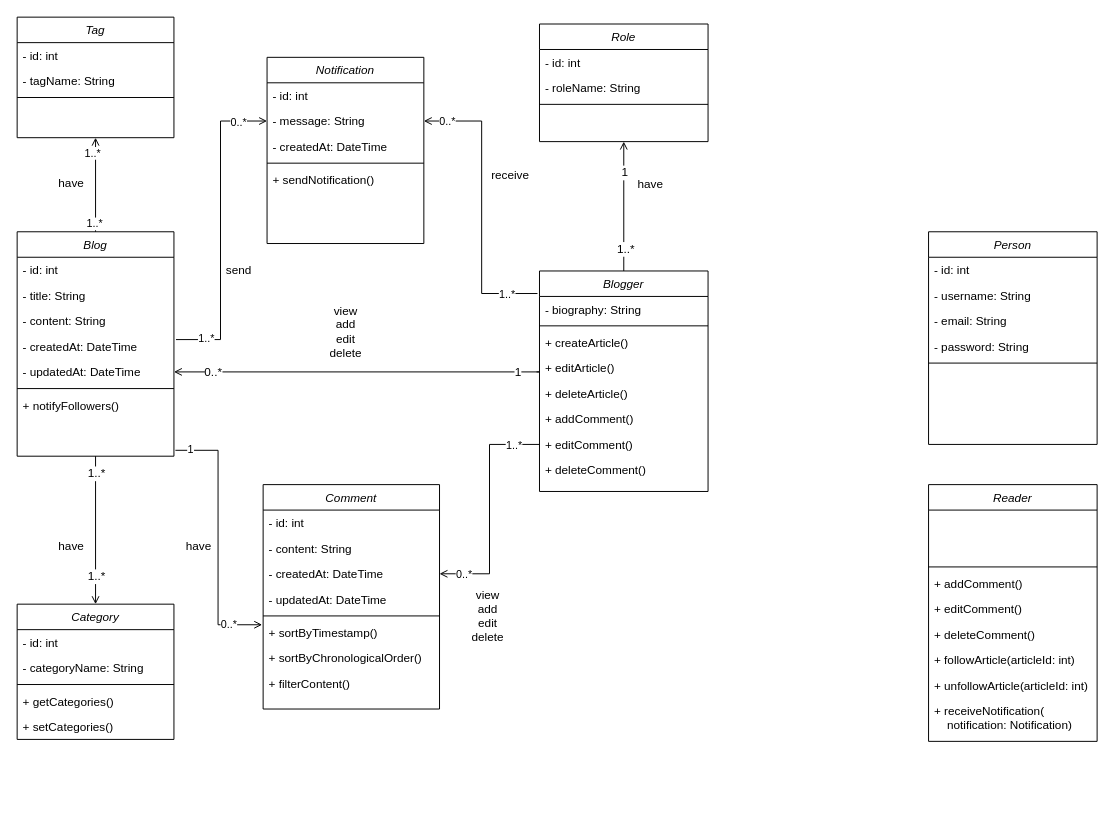
SteffiHe/blog_board_backend keeps this draw.io diagram as UML-Diagramm.drawio. Above is the earlier version. Source tidied: cells renumbered, new cells numbered last; positions are measured from the earlier drawing's top-left corner, leaving out a move shared by most shapes. Both pictures are drawn from the tidied source at 98%, with x=0, y=0 at pixel (17, 17).
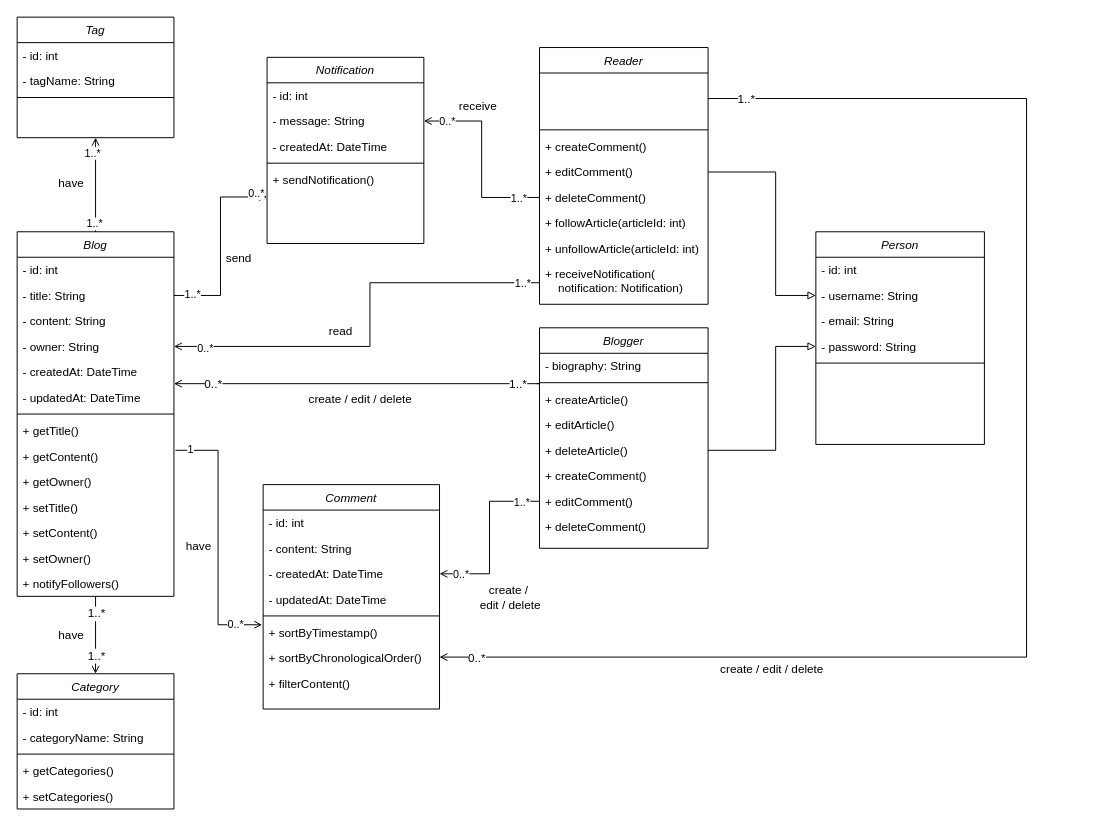
The same diagram, later.

Commit message (it also covers changes not shown here):
UML-Diagramm aktualisiert

Unchanged cells that the change refers to:
```xml
<mxCell id="6" value="- biography: String" style="text;align=left;verticalAlign=top;spacingLeft=4;spacingRight=4;overflow=hidden;points=[[0,0.5],[1,0.5]];portConstraint=eastwest;rounded=0;shadow=0;html=0;" parent="5" vertex="1">
  <mxGeometry y="26" width="172" height="26" as="geometry" />
</mxCell>
<mxCell id="10" value="+ deleteArticle()" style="text;align=left;verticalAlign=top;spacingLeft=4;spacingRight=4;overflow=hidden;points=[[0,0.5],[1,0.5]];portConstraint=eastwest;" parent="5" vertex="1">
  <mxGeometry y="112" width="172" height="26" as="geometry" />
</mxCell>
<mxCell id="14" style="edgeStyle=orthogonalEdgeStyle;rounded=0;jettySize=auto;html=1;endArrow=open;endFill=0;exitX=0.5;exitY=1;exitDx=0;exitDy=0;" parent="1" edge="1" source="17" target="37">
  <mxGeometry relative="1" as="geometry" />
</mxCell>
<mxCell id="19" value="- title: String" style="text;align=left;verticalAlign=top;spacingLeft=4;spacingRight=4;overflow=hidden;points=[[0,0.5],[1,0.5]];portConstraint=eastwest;rounded=0;shadow=0;html=0;" parent="17" vertex="1">
  <mxGeometry y="52" width="160" height="26" as="geometry" />
</mxCell>
<mxCell id="47" value="Notification" style="swimlane;fontStyle=2;align=center;verticalAlign=top;horizontal=1;startSize=26;rounded=0;shadow=0;strokeWidth=1;" parent="1" vertex="1">
  <mxGeometry x="255" y="41" width="160" height="190" as="geometry" />
</mxCell>
<mxCell id="49" value="- message: String" style="text;align=left;verticalAlign=top;spacingLeft=4;spacingRight=4;overflow=hidden;points=[[0,0.5],[1,0.5]];portConstraint=eastwest;rounded=0;shadow=0;html=0;" parent="47" vertex="1">
  <mxGeometry y="52" width="160" height="26" as="geometry" />
</mxCell>
<mxCell id="58" style="edgeStyle=orthogonalEdgeStyle;rounded=0;jettySize=auto;html=1;endArrow=open;endFill=0;exitX=0;exitY=0.5;exitDx=0;exitDy=0;" parent="1" edge="1" source="12" target="31">
  <mxGeometry relative="1" as="geometry" />
</mxCell>
<mxCell id="76" style="edgeStyle=orthogonalEdgeStyle;rounded=0;orthogonalLoop=1;jettySize=auto;html=1;endArrow=open;endFill=0;exitX=1.013;exitY=0.231;exitDx=0;exitDy=0;exitPerimeter=0;" parent="1" edge="1">
  <mxGeometry relative="1" as="geometry">
    <mxPoint x="161.5" y="442" as="sourcePoint" />
    <mxPoint x="250" y="620" as="targetPoint" />
    <Array as="points">
      <mxPoint x="205" y="442" />
      <mxPoint x="205" y="620" />
    </Array>
  </mxGeometry>
</mxCell>
<mxCell id="82" value="- username: String" style="text;align=left;verticalAlign=top;spacingLeft=4;spacingRight=4;overflow=hidden;points=[[0,0.5],[1,0.5]];portConstraint=eastwest;rounded=0;shadow=0;html=0;" parent="80" vertex="1">
  <mxGeometry y="52" width="172" height="26" as="geometry" />
</mxCell>
<mxCell id="84" value="- password: String" style="text;align=left;verticalAlign=top;spacingLeft=4;spacingRight=4;overflow=hidden;points=[[0,0.5],[1,0.5]];portConstraint=eastwest;rounded=0;shadow=0;html=0;" parent="80" vertex="1">
  <mxGeometry y="104" width="172" height="26" as="geometry" />
</mxCell>
<mxCell id="90" value="+ editComment()" style="text;align=left;verticalAlign=top;spacingLeft=4;spacingRight=4;overflow=hidden;points=[[0,0.5],[1,0.5]];portConstraint=eastwest;" parent="86" vertex="1">
  <mxGeometry y="114" width="172" height="26" as="geometry" />
</mxCell>
<mxCell id="91" value="+ deleteComment()" style="text;align=left;verticalAlign=top;spacingLeft=4;spacingRight=4;overflow=hidden;points=[[0,0.5],[1,0.5]];portConstraint=eastwest;" parent="86" vertex="1">
  <mxGeometry y="140" width="172" height="26" as="geometry" />
</mxCell>
<mxCell id="94" value="+ receiveNotification(&#10;    notification: Notification)" style="text;align=left;verticalAlign=top;spacingLeft=4;spacingRight=4;overflow=hidden;points=[[0,0.5],[1,0.5]];portConstraint=eastwest;" parent="86" vertex="1">
  <mxGeometry y="218" width="172" height="44" as="geometry" />
</mxCell>
```

Change to the diagram source:
```diff
@@
-    <mxCell id="2" style="edgeStyle=orthogonalEdgeStyle;rounded=0;jettySize=auto;html=1;endArrow=open;endFill=0;" parent="1" edge="1" source="5" target="43">
-      <mxGeometry relative="1" as="geometry" />
-    </mxCell>
-    <mxCell id="3" value="1..*" style="edgeLabel;html=1;align=center;verticalAlign=middle;fontSize=12;" parent="2" vertex="1">
-      <mxGeometry x="-0.65" relative="1" as="geometry">
-        <mxPoint x="1" as="offset" />
-      </mxGeometry>
-    </mxCell>
-    <mxCell id="4" value="1" style="edgeLabel;html=1;align=center;verticalAlign=middle;fontSize=12;" parent="2" vertex="1">
-      <mxGeometry x="0.5" y="-2" relative="1" as="geometry">
-        <mxPoint x="-2" y="-2" as="offset" />
-      </mxGeometry>
-    </mxCell>
     <mxCell id="5" value="Blogger" style="swimlane;fontStyle=2;align=center;verticalAlign=top;horizontal=1;startSize=26;rounded=0;shadow=0;strokeWidth=1;" parent="1" vertex="1">
-      <mxGeometry x="533" y="259" width="172" height="225" as="geometry" />
+      <mxGeometry x="533" y="317" width="172" height="225" as="geometry" />
     </mxCell>
@@
-    <mxCell id="11" value="+ addComment()" style="text;align=left;verticalAlign=top;spacingLeft=4;spacingRight=4;overflow=hidden;" parent="5" vertex="1">
+    <mxCell id="11" value="+ createComment()" style="text;align=left;verticalAlign=top;spacingLeft=4;spacingRight=4;overflow=hidden;" parent="5" vertex="1">
       <mxGeometry y="138" width="172" height="26" as="geometry" />
     </mxCell>
@@
     <mxCell id="15" value="1..*" style="edgeLabel;html=1;align=center;verticalAlign=middle;fontSize=12;" parent="14" vertex="1">
       <mxGeometry x="-0.78" y="2" relative="1" as="geometry">
-        <mxPoint x="-2" as="offset" />
+        <mxPoint x="-2" y="8" as="offset" />
       </mxGeometry>
     </mxCell>
     <mxCell id="16" value="1..*" style="edgeLabel;html=1;align=center;verticalAlign=middle;fontSize=12;" parent="14" vertex="1">
-      <mxGeometry x="0.61" relative="1" as="geometry" />
+      <mxGeometry x="0.61" relative="1" as="geometry">
+        <mxPoint y="-4" as="offset" />
+      </mxGeometry>
     </mxCell>
     <mxCell id="17" value="Blog" style="swimlane;fontStyle=2;align=center;verticalAlign=top;horizontal=1;startSize=26;rounded=0;shadow=0;strokeWidth=1;" parent="1" vertex="1">
-      <mxGeometry y="219" width="160" height="229" as="geometry" />
+      <mxGeometry y="219" width="160" height="372" as="geometry" />
     </mxCell>
@@
+    <mxCell id="95" value="- content: String" style="text;align=left;verticalAlign=top;spacingLeft=4;spacingRight=4;overflow=hidden;rounded=0;shadow=0;html=0;" parent="17" vertex="1">
+      <mxGeometry y="78" width="160" height="26" as="geometry" />
+    </mxCell>
-    <mxCell id="20" value="- content: String" style="text;align=left;verticalAlign=top;spacingLeft=4;spacingRight=4;overflow=hidden;points=[[0,0.5],[1,0.5]];portConstraint=eastwest;rounded=0;shadow=0;html=0;" parent="17" vertex="1">
-      <mxGeometry y="78" width="160" height="26" as="geometry" />
+    <mxCell id="20" value="- owner: String" style="text;align=left;verticalAlign=top;spacingLeft=4;spacingRight=4;overflow=hidden;points=[[0,0.5],[1,0.5]];portConstraint=eastwest;rounded=0;shadow=0;html=0;" parent="17" vertex="1">
+      <mxGeometry y="104" width="160" height="26" as="geometry" />
     </mxCell>
     <mxCell id="21" value="- createdAt: DateTime" style="text;align=left;verticalAlign=top;spacingLeft=4;spacingRight=4;overflow=hidden;points=[[0,0.5],[1,0.5]];portConstraint=eastwest;rounded=0;shadow=0;html=0;" parent="17" vertex="1">
-      <mxGeometry y="104" width="160" height="26" as="geometry" />
+      <mxGeometry y="130" width="160" height="26" as="geometry" />
     </mxCell>
     <mxCell id="22" value="- updatedAt: DateTime" style="text;align=left;verticalAlign=top;spacingLeft=4;spacingRight=4;overflow=hidden;rounded=0;shadow=0;html=0;" parent="17" vertex="1">
-      <mxGeometry y="130" width="160" height="26" as="geometry" />
+      <mxGeometry y="156" width="160" height="26" as="geometry" />
     </mxCell>
     <mxCell id="23" style="line;html=1;strokeWidth=1;align=left;verticalAlign=middle;spacingTop=-1;spacingLeft=3;spacingRight=3;labelPosition=right;" parent="17" vertex="1">
-      <mxGeometry y="156" width="160" height="8" as="geometry" />
+      <mxGeometry y="182" width="160" height="8" as="geometry" />
     </mxCell>
+    <mxCell id="96" value="+ getTitle()" style="text;align=left;verticalAlign=top;spacingLeft=4;spacingRight=4;overflow=hidden;" parent="17" vertex="1">
+      <mxGeometry y="190" width="160" height="26" as="geometry" />
+    </mxCell>
+    <mxCell id="97" value="+ getContent()" style="text;align=left;verticalAlign=top;spacingLeft=4;spacingRight=4;overflow=hidden;" parent="17" vertex="1">
+      <mxGeometry y="216" width="160" height="26" as="geometry" />
+    </mxCell>
+    <mxCell id="98" value="+ getOwner()" style="text;align=left;verticalAlign=top;spacingLeft=4;spacingRight=4;overflow=hidden;" parent="17" vertex="1">
+      <mxGeometry y="242" width="160" height="26" as="geometry" />
+    </mxCell>
+    <mxCell id="99" value="+ setTitle()" style="text;align=left;verticalAlign=top;spacingLeft=4;spacingRight=4;overflow=hidden;" parent="17" vertex="1">
+      <mxGeometry y="268" width="160" height="26" as="geometry" />
+    </mxCell>
+    <mxCell id="100" value="+ setContent()" style="text;align=left;verticalAlign=top;spacingLeft=4;spacingRight=4;overflow=hidden;" parent="17" vertex="1">
+      <mxGeometry y="294" width="160" height="26" as="geometry" />
+    </mxCell>
+    <mxCell id="101" value="+ setOwner()" style="text;align=left;verticalAlign=top;spacingLeft=4;spacingRight=4;overflow=hidden;" parent="17" vertex="1">
+      <mxGeometry y="320" width="160" height="26" as="geometry" />
+    </mxCell>
     <mxCell id="24" value="+ notifyFollowers()" style="text;align=left;verticalAlign=top;spacingLeft=4;spacingRight=4;overflow=hidden;" parent="17" vertex="1">
-      <mxGeometry y="164" width="160" height="26" as="geometry" />
+      <mxGeometry y="346" width="160" height="26" as="geometry" />
     </mxCell>
     <mxCell id="25" style="edgeStyle=orthogonalEdgeStyle;rounded=0;orthogonalLoop=1;jettySize=auto;html=1;endArrow=none;endFill=0;shadow=0;startArrow=open;startFill=0;" parent="1" edge="1">
       <mxGeometry relative="1" as="geometry">
-        <mxPoint x="160" y="362" as="sourcePoint" />
-        <mxPoint x="530" y="362" as="targetPoint" />
+        <mxPoint x="160" y="374" as="sourcePoint" />
+        <mxPoint x="530" y="374" as="targetPoint" />
         <Array as="points">
-          <mxPoint x="533" y="362" />
+          <mxPoint x="533" y="374" />
         </Array>
       </mxGeometry>
     </mxCell>
@@
-    <mxCell id="27" value="1" style="edgeLabel;html=1;align=center;verticalAlign=middle;fontSize=12;" parent="25" vertex="1">
+    <mxCell id="27" value="1..*" style="edgeLabel;html=1;align=center;verticalAlign=middle;fontSize=12;" parent="25" vertex="1">
       <mxGeometry x="0.71" relative="1" as="geometry">
         <mxPoint x="29" as="offset" />
       </mxGeometry>
     </mxCell>
@@
     <mxCell id="37" value="Category" style="swimlane;fontStyle=2;align=center;verticalAlign=top;horizontal=1;startSize=26;rounded=0;shadow=0;strokeWidth=1;" parent="1" vertex="1">
-      <mxGeometry y="599" width="160" height="138" as="geometry" />
+      <mxGeometry y="670" width="160" height="138" as="geometry" />
     </mxCell>
@@
-    <mxCell id="43" value="Role" style="swimlane;fontStyle=2;align=center;verticalAlign=top;horizontal=1;startSize=26;rounded=0;shadow=0;strokeWidth=1;" parent="1" vertex="1">
-      <mxGeometry x="533" y="7" width="172" height="120" as="geometry" />
-    </mxCell>
-    <mxCell id="44" value="- id: int" style="text;align=left;verticalAlign=top;spacingLeft=4;spacingRight=4;overflow=hidden;" parent="43" vertex="1">
-      <mxGeometry y="26" width="172" height="26" as="geometry" />
-    </mxCell>
-    <mxCell id="45" value="- roleName: String" style="text;align=left;verticalAlign=top;spacingLeft=4;spacingRight=4;overflow=hidden;rounded=0;shadow=0;html=0;" parent="43" vertex="1">
-      <mxGeometry y="52" width="172" height="26" as="geometry" />
-    </mxCell>
-    <mxCell id="46" style="line;html=1;strokeWidth=1;align=left;verticalAlign=middle;spacingTop=-1;spacingLeft=3;spacingRight=3;labelPosition=right;" parent="43" vertex="1">
-      <mxGeometry y="78" width="172" height="8" as="geometry" />
-    </mxCell>
@@
-    <mxCell id="57" value="view&lt;div&gt;add&lt;br&gt;edit&lt;br&gt;&lt;div&gt;delete&lt;/div&gt;&lt;/div&gt;" style="text;html=1;align=center;verticalAlign=middle;strokeColor=none;fillColor=none;" parent="1" vertex="1">
-      <mxGeometry x="305" y="286" width="60" height="70" as="geometry" />
+    <mxCell id="57" value="create / edit /&amp;nbsp;&lt;span style=&quot;background-color: initial;&quot;&gt;delete&lt;/span&gt;" style="text;html=1;align=center;verticalAlign=middle;strokeColor=none;fillColor=none;" parent="1" vertex="1">
+      <mxGeometry x="285" y="375" width="130" height="30" as="geometry" />
     </mxCell>
@@
     <mxCell id="60" value="0..*" style="edgeLabel;html=1;align=center;verticalAlign=middle;" parent="58" vertex="1">
       <mxGeometry x="0.68" y="-2" relative="1" as="geometry">
-        <mxPoint x="-13" y="2" as="offset" />
+        <mxPoint x="-7" y="2" as="offset" />
       </mxGeometry>
     </mxCell>
-    <mxCell id="61" value="view&lt;div&gt;add&lt;/div&gt;&lt;div&gt;edit&lt;br&gt;&lt;div&gt;delete&lt;/div&gt;&lt;/div&gt;" style="text;html=1;align=center;verticalAlign=middle;strokeColor=none;fillColor=none;" parent="1" vertex="1">
-      <mxGeometry x="450" y="576" width="60" height="70" as="geometry" />
+    <mxCell id="61" value="&lt;br&gt;&lt;div&gt;create /&amp;nbsp;&lt;/div&gt;&lt;div&gt;edit /&amp;nbsp;&lt;span style=&quot;background-color: initial;&quot;&gt;delete&lt;/span&gt;&lt;/div&gt;" style="text;html=1;align=center;verticalAlign=middle;strokeColor=none;fillColor=none;" parent="1" vertex="1">
+      <mxGeometry x="458" y="555" width="90" height="60" as="geometry" />
     </mxCell>
-    <mxCell id="62" value="have" style="text;html=1;align=center;verticalAlign=middle;strokeColor=none;fillColor=none;" parent="1" vertex="1">
-      <mxGeometry x="621" y="156" width="50" height="30" as="geometry" />
-    </mxCell>
     <mxCell id="63" value="have" style="text;html=1;align=center;verticalAlign=middle;strokeColor=none;fillColor=none;" parent="1" vertex="1">
-      <mxGeometry x="30" y="525" width="50" height="30" as="geometry" />
+      <mxGeometry x="30" y="616" width="50" height="30" as="geometry" />
     </mxCell>
-    <mxCell id="64" style="edgeStyle=orthogonalEdgeStyle;rounded=0;jettySize=auto;html=1;endArrow=open;endFill=0;exitX=1.013;exitY=0.231;exitDx=0;exitDy=0;exitPerimeter=0;" parent="1" edge="1" source="21" target="49">
+    <mxCell id="64" style="edgeStyle=orthogonalEdgeStyle;rounded=0;jettySize=auto;html=1;endArrow=open;endFill=0;exitX=1;exitY=0.5;exitDx=0;exitDy=0;entryX=0;entryY=0.75;entryDx=0;entryDy=0;" parent="1" edge="1" source="19" target="47">
       <mxGeometry relative="1" as="geometry" />
     </mxCell>
@@
     <mxCell id="67" value="send" style="text;html=1;align=center;verticalAlign=middle;strokeColor=none;fillColor=none;" parent="1" vertex="1">
-      <mxGeometry x="201" y="244" width="50" height="30" as="geometry" />
+      <mxGeometry x="201" y="231" width="50" height="30" as="geometry" />
     </mxCell>
@@
-    <mxCell id="72" style="edgeStyle=orthogonalEdgeStyle;rounded=0;jettySize=auto;html=1;endArrow=open;endFill=0;exitX=-0.012;exitY=-0.115;exitDx=0;exitDy=0;exitPerimeter=0;startArrow=none;startFill=0;entryX=1;entryY=0.5;entryDx=0;entryDy=0;" parent="1" edge="1" source="6" target="49">
+    <mxCell id="72" style="edgeStyle=orthogonalEdgeStyle;rounded=0;jettySize=auto;html=1;endArrow=open;endFill=0;exitX=0;exitY=0.5;exitDx=0;exitDy=0;startArrow=none;startFill=0;entryX=1;entryY=0.5;entryDx=0;entryDy=0;" parent="1" edge="1" source="91" target="49">
       <mxGeometry relative="1" as="geometry" />
     </mxCell>
@@
     <mxCell id="74" value="receive" style="text;html=1;align=center;verticalAlign=middle;strokeColor=none;fillColor=none;" parent="1" vertex="1">
-      <mxGeometry x="473" y="147" width="60" height="30" as="geometry" />
+      <mxGeometry x="440" y="76" width="60" height="30" as="geometry" />
     </mxCell>
@@
     <mxCell id="77" value="0..*" style="edgeLabel;html=1;align=center;verticalAlign=middle;" parent="76" vertex="1">
       <mxGeometry x="0.68" y="2" relative="1" as="geometry">
-        <mxPoint x="8" y="1" as="offset" />
+        <mxPoint x="15" y="1" as="offset" />
       </mxGeometry>
     </mxCell>
@@
     <mxCell id="80" value="Person" style="swimlane;fontStyle=2;align=center;verticalAlign=top;horizontal=1;startSize=26;rounded=0;shadow=0;strokeWidth=1;" parent="1" vertex="1">
-      <mxGeometry x="930" y="219" width="172" height="217" as="geometry" />
+      <mxGeometry x="815" y="219" width="172" height="217" as="geometry" />
     </mxCell>
@@
     <mxCell id="86" value="Reader" style="swimlane;fontStyle=2;align=center;verticalAlign=top;horizontal=1;startSize=26;rounded=0;shadow=0;strokeWidth=1;" parent="1" vertex="1">
-      <mxGeometry x="930" y="477" width="172" height="262" as="geometry" />
+      <mxGeometry x="533" y="31" width="172" height="262" as="geometry" />
     </mxCell>
@@
-    <mxCell id="89" value="+ addComment()" style="text;align=left;verticalAlign=top;spacingLeft=4;spacingRight=4;overflow=hidden;" parent="86" vertex="1">
+    <mxCell id="89" value="+ createComment()" style="text;align=left;verticalAlign=top;spacingLeft=4;spacingRight=4;overflow=hidden;" parent="86" vertex="1">
       <mxGeometry y="88" width="172" height="26" as="geometry" />
     </mxCell>
@@
+    <mxCell id="102" style="endArrow=block;html=1;rounded=0;entryX=0;entryY=0.5;entryDx=0;entryDy=0;endFill=0;exitX=1;exitY=0.5;exitDx=0;exitDy=0;" parent="1" edge="1" source="10" target="84">
+      <mxGeometry relative="1" as="geometry">
+        <Array as="points">
+          <mxPoint x="774" y="442" />
+          <mxPoint x="774" y="336" />
+        </Array>
+      </mxGeometry>
+    </mxCell>
+    <mxCell id="103" style="endArrow=open;html=1;rounded=0;entryX=1;entryY=0.5;entryDx=0;entryDy=0;exitX=0;exitY=0.5;exitDx=0;exitDy=0;endFill=0;" parent="1" edge="1" source="94" target="20">
+      <mxGeometry relative="1" as="geometry">
+        <Array as="points">
+          <mxPoint x="360" y="271" />
+          <mxPoint x="360" y="336" />
+        </Array>
+      </mxGeometry>
+    </mxCell>
+    <mxCell id="104" value="0..*" style="edgeLabel;html=1;align=center;verticalAlign=middle;" parent="103" vertex="1">
+      <mxGeometry x="0.86" y="1" relative="1" as="geometry" />
+    </mxCell>
+    <mxCell id="105" value="1..*" style="edgeLabel;html=1;align=center;verticalAlign=middle;" parent="103" vertex="1">
+      <mxGeometry x="-0.92" relative="1" as="geometry" />
+    </mxCell>
+    <mxCell id="106" value="read" style="text;html=1;align=center;verticalAlign=middle;strokeColor=none;fillColor=none;" parent="1" vertex="1">
+      <mxGeometry x="305" y="306" width="50" height="30" as="geometry" />
+    </mxCell>
+    <mxCell id="107" style="endArrow=block;html=1;rounded=0;exitX=1;exitY=0.5;exitDx=0;exitDy=0;entryX=0;entryY=0.5;entryDx=0;entryDy=0;endFill=0;" parent="1" edge="1" source="90" target="82">
+      <mxGeometry relative="1" as="geometry">
+        <Array as="points">
+          <mxPoint x="774" y="158" />
+          <mxPoint x="774" y="284" />
+        </Array>
+      </mxGeometry>
+    </mxCell>
+    <mxCell id="108" style="edgeStyle=orthogonalEdgeStyle;rounded=0;orthogonalLoop=1;jettySize=auto;html=1;endArrow=none;endFill=0;shadow=0;startArrow=open;startFill=0;entryX=1;entryY=0.5;entryDx=0;entryDy=0;exitX=1;exitY=0.5;exitDx=0;exitDy=0;" parent="1" edge="1">
+      <mxGeometry relative="1" as="geometry">
+        <mxPoint x="431" y="653" as="sourcePoint" />
+        <mxPoint x="705" y="83" as="targetPoint" />
+        <Array as="points">
+          <mxPoint x="1030" y="653" />
+          <mxPoint x="1030" y="83" />
+        </Array>
+      </mxGeometry>
+    </mxCell>
+    <mxCell id="109" value="0..*" style="edgeLabel;html=1;align=center;verticalAlign=middle;fontSize=12;" parent="108" vertex="1">
+      <mxGeometry x="-0.54" relative="1" as="geometry">
+        <mxPoint x="-307" as="offset" />
+      </mxGeometry>
+    </mxCell>
+    <mxCell id="3" value="1..*" style="edgeLabel;html=1;align=center;verticalAlign=middle;fontSize=12;" parent="108" vertex="1">
+      <mxGeometry x="0.71" relative="1" as="geometry">
+        <mxPoint x="-179" as="offset" />
+      </mxGeometry>
+    </mxCell>
+    <mxCell id="110" value="create / edit / delete" style="text;html=1;align=center;verticalAlign=middle;strokeColor=none;fillColor=none;" parent="1" vertex="1">
+      <mxGeometry x="705" y="651" width="130" height="30" as="geometry" />
+    </mxCell>
```
